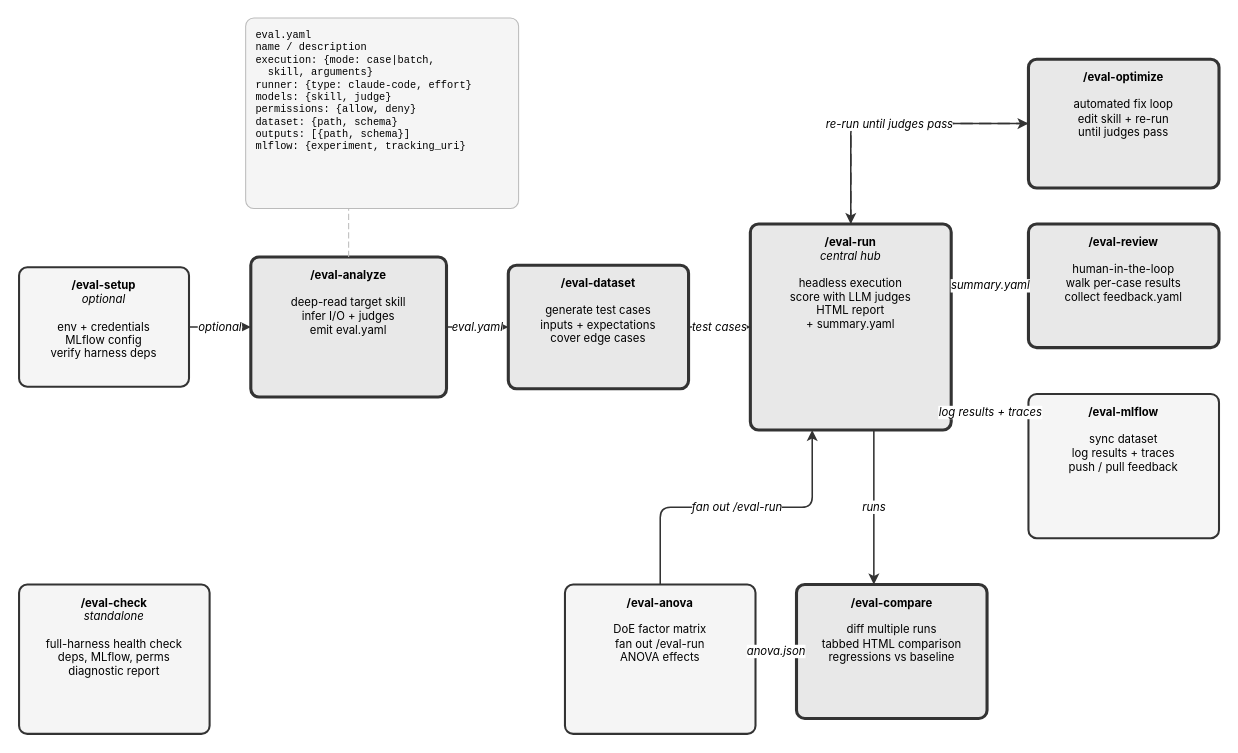
fege/skills-registry keeps this draw.io diagram as site/docs/plugins/agent-eval-harness/pipeline.drawio. Above is the earlier version. Source tidied: cells renumbered, new cells numbered last; positions are measured from the earlier drawing's top-left corner, leaving out a move shared by most shapes. Both pictures are drawn from the tidied source at 103%, with x=0, y=0 at pixel (19, 18).
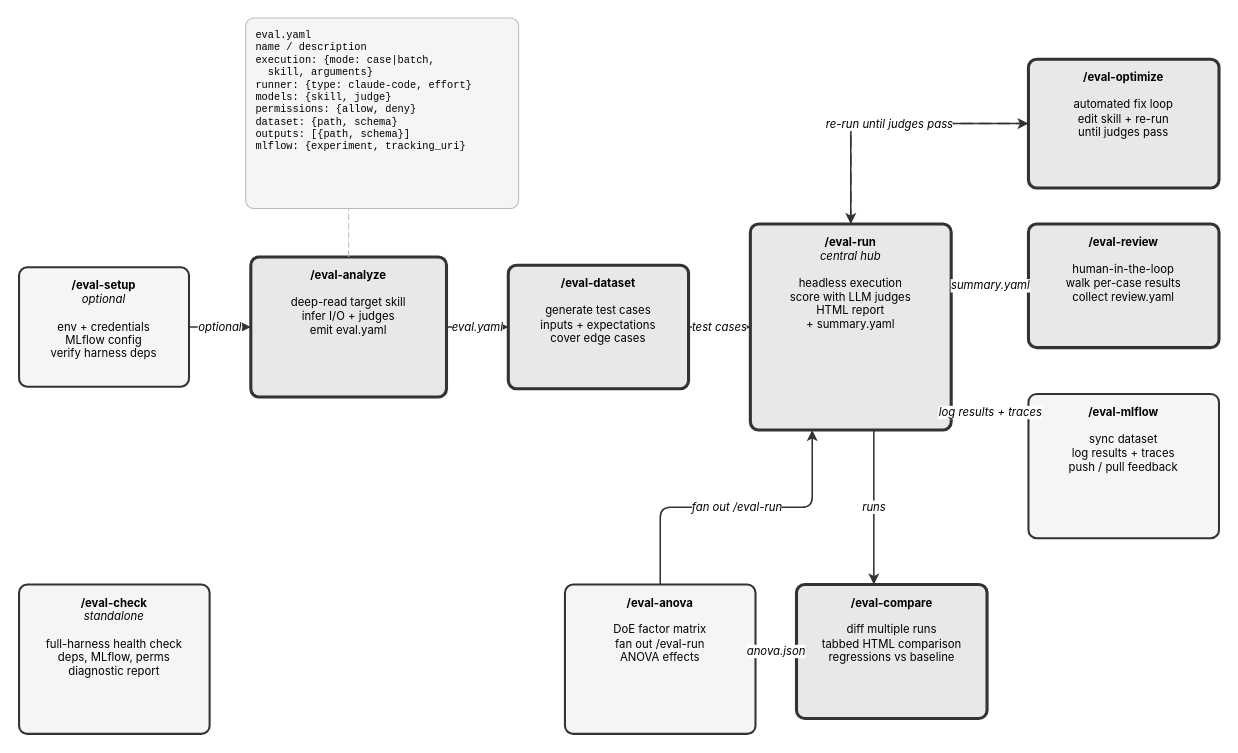
The same diagram, later.

Diff of the diagram source:
```diff
@@
-    <mxCell id="7" value="&lt;b&gt;/eval-review&lt;/b&gt;&lt;br&gt;&lt;br&gt;human-in-the-loop&lt;br&gt;walk per-case results&lt;br&gt;collect feedback.yaml" style="rounded=1;whiteSpace=wrap;html=1;fillColor=#e8e8e8;strokeColor=#333333;strokeWidth=3;verticalAlign=top;spacingTop=5;fontSize=11;fontFamily=Inter,Helvetica,Arial,sans-serif;double=1;arcSize=16;absoluteArcSize=1;" parent="1" vertex="1">
+    <mxCell id="7" value="&lt;b&gt;/eval-review&lt;/b&gt;&lt;br&gt;&lt;br&gt;human-in-the-loop&lt;br&gt;walk per-case results&lt;br&gt;collect review.yaml" style="rounded=1;whiteSpace=wrap;html=1;fillColor=#e8e8e8;strokeColor=#333333;strokeWidth=3;verticalAlign=top;spacingTop=5;fontSize=11;fontFamily=Inter,Helvetica,Arial,sans-serif;double=1;arcSize=16;absoluteArcSize=1;" parent="1" vertex="1">
       <mxGeometry x="980" y="200" width="185" height="120" as="geometry" />
     </mxCell>
```
